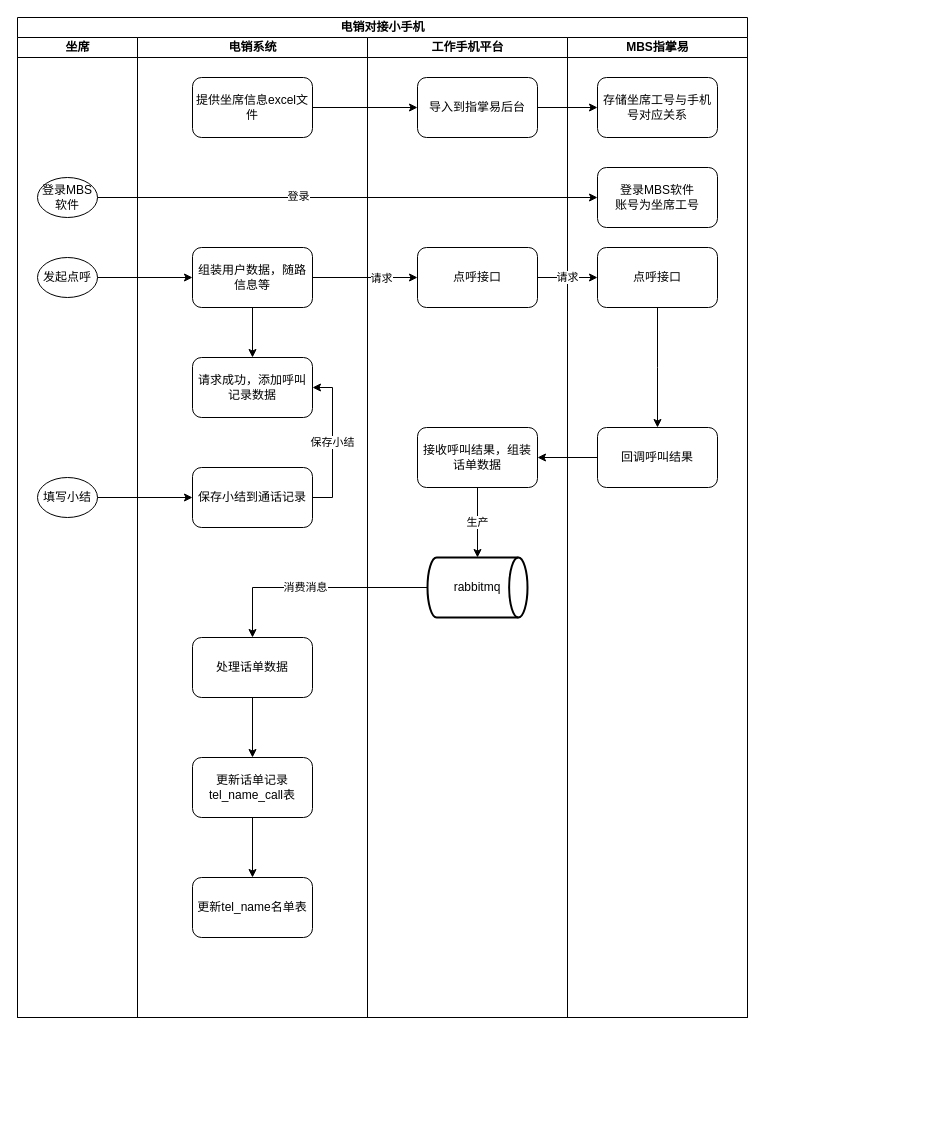
yuanlj-tea/picgo keeps this draw.io diagram as 电销系统对接小手机.drawio. Above is the earlier version. Source tidied: cells renumbered, new cells numbered last; positions are measured from the earlier drawing's top-left corner, leaving out a move shared by most shapes. Both pictures are drawn from the tidied source at 100%, with x=0, y=0 at pixel (17, 17).
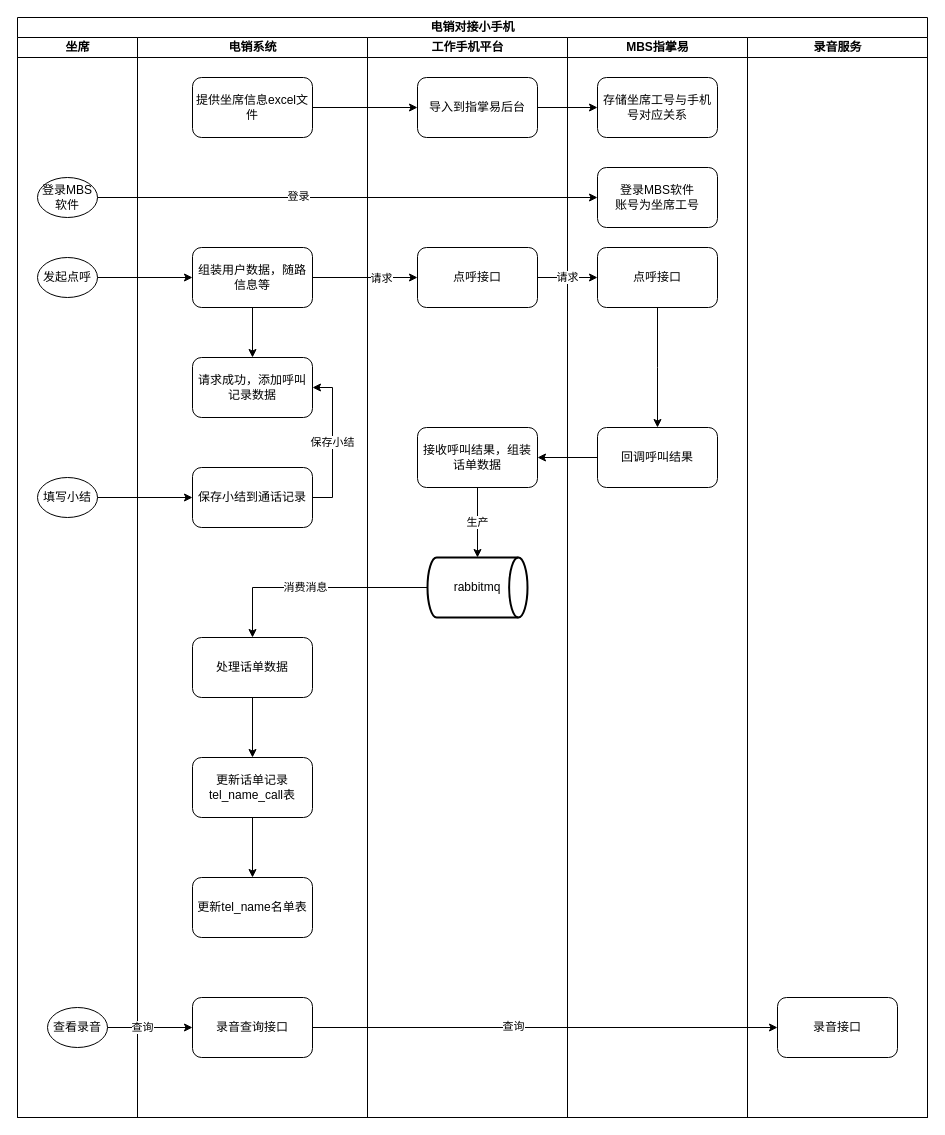
The same page after the edit.

Commit message (it also covers changes not shown here):
更新电销系统对接小手机.drawio

Diff of the diagram source:
```diff
@@
     <mxCell id="2" value="电销对接小手机" style="swimlane;startSize=20;html=1;" parent="1" vertex="1">
-      <mxGeometry width="730" height="1000" as="geometry" />
+      <mxGeometry width="910" height="1100" as="geometry" />
     </mxCell>
     <mxCell id="3" value="坐席" style="swimlane;startSize=20;html=1;" parent="2" vertex="1">
-      <mxGeometry y="20" width="120" height="980" as="geometry" />
+      <mxGeometry y="20" width="120" height="1080" as="geometry" />
     </mxCell>
@@
+    <mxCell id="43" value="查看录音" style="ellipse;whiteSpace=wrap;html=1;" parent="3" vertex="1">
+      <mxGeometry x="30" y="970" width="60" height="40" as="geometry" />
+    </mxCell>
     <mxCell id="7" value="电销系统" style="swimlane;startSize=20;html=1;" parent="2" vertex="1">
-      <mxGeometry x="120" y="20" width="230" height="980" as="geometry" />
+      <mxGeometry x="120" y="20" width="230" height="1080" as="geometry" />
     </mxCell>
@@
+    <mxCell id="44" value="录音查询接口" style="rounded=1;whiteSpace=wrap;html=1;" parent="7" vertex="1">
+      <mxGeometry x="55" y="960" width="120" height="60" as="geometry" />
+    </mxCell>
     <mxCell id="20" value="工作手机平台" style="swimlane;startSize=20;html=1;" parent="2" vertex="1">
-      <mxGeometry x="350" y="20" width="200" height="980" as="geometry" />
+      <mxGeometry x="350" y="20" width="200" height="1080" as="geometry" />
     </mxCell>
@@
     <mxCell id="26" value="MBS指掌易" style="swimlane;startSize=20;html=1;" parent="2" vertex="1">
-      <mxGeometry x="550" y="20" width="180" height="980" as="geometry" />
+      <mxGeometry x="550" y="20" width="180" height="1080" as="geometry" />
     </mxCell>
@@
+    <mxCell id="45" value="录音服务" style="swimlane;startSize=20;html=1;" parent="2" vertex="1">
+      <mxGeometry x="730" y="20" width="180" height="1080" as="geometry" />
+    </mxCell>
+    <mxCell id="46" value="录音接口" style="rounded=1;whiteSpace=wrap;html=1;" parent="45" vertex="1">
+      <mxGeometry x="30" y="960" width="120" height="60" as="geometry" />
+    </mxCell>
@@
+    <mxCell id="47" style="edgeStyle=orthogonalEdgeStyle;rounded=0;jettySize=auto;html=1;entryX=0;entryY=0.5;entryDx=0;entryDy=0;" parent="2" edge="1" source="43" target="44">
+      <mxGeometry relative="1" as="geometry" />
+    </mxCell>
+    <mxCell id="48" value="查询" style="edgeLabel;html=1;align=center;verticalAlign=middle;" parent="47" vertex="1">
+      <mxGeometry x="-0.21" y="1" relative="1" as="geometry" />
+    </mxCell>
+    <mxCell id="49" style="edgeStyle=orthogonalEdgeStyle;rounded=0;jettySize=auto;html=1;entryX=0;entryY=0.5;entryDx=0;entryDy=0;" parent="2" edge="1" source="44" target="46">
+      <mxGeometry relative="1" as="geometry" />
+    </mxCell>
+    <mxCell id="50" value="查询" style="edgeLabel;html=1;align=center;verticalAlign=middle;" parent="49" vertex="1">
+      <mxGeometry x="-0.14" y="2" relative="1" as="geometry" />
+    </mxCell>
```
